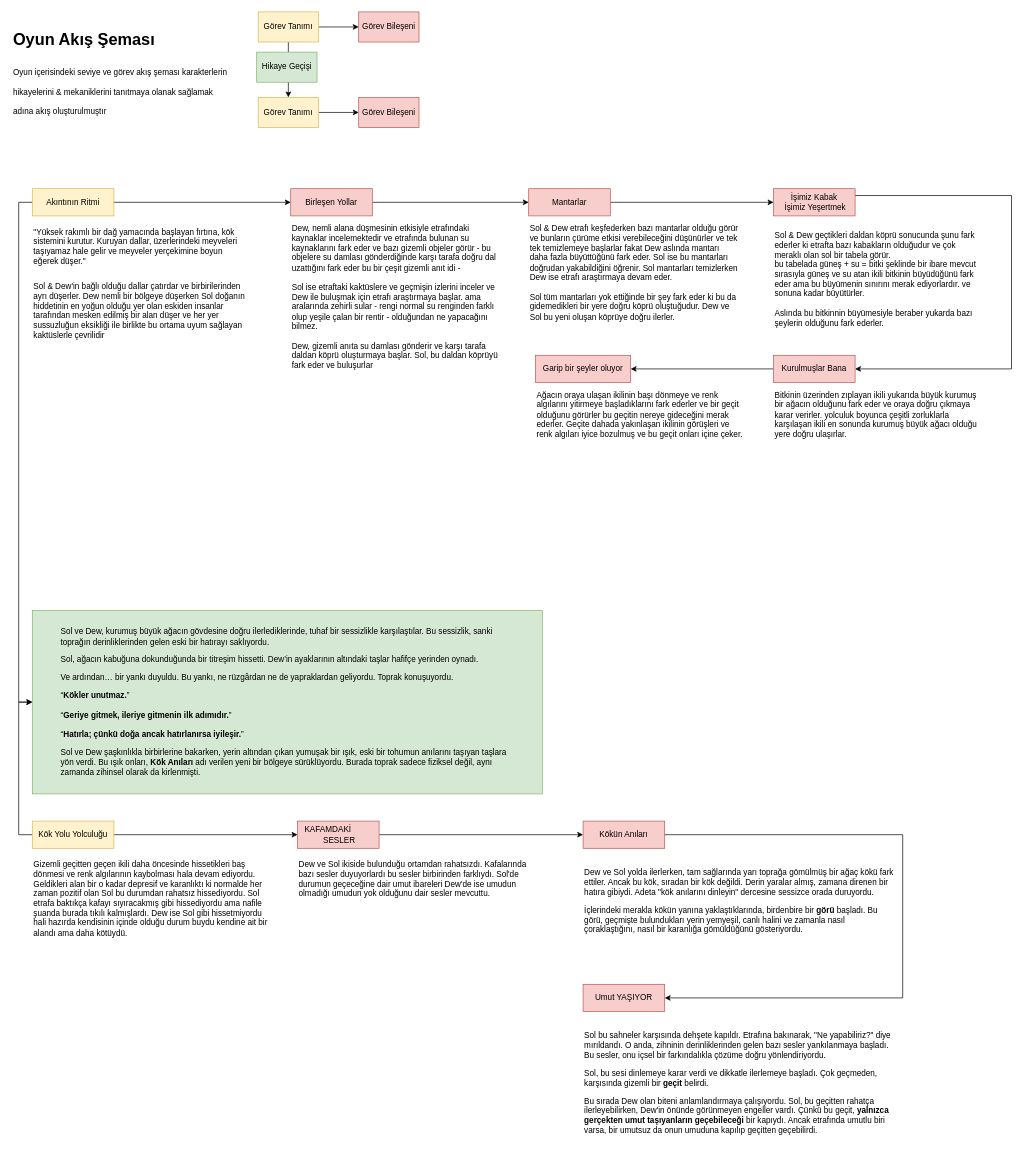
WinneRose/bootcampteam keeps this draw.io diagram as page "Yeni Hikaye Planlaması" (1 of 2) of documents/GDD/Diyagramlar/Oyun Akış.drawio. Above is the earlier version. Source tidied: cells renumbered, new cells numbered last; positions are measured from the earlier drawing's top-left corner, leaving out a move shared by most shapes. Both pictures are drawn from the tidied source at 68%, with x=0, y=0 at pixel (12, 12).
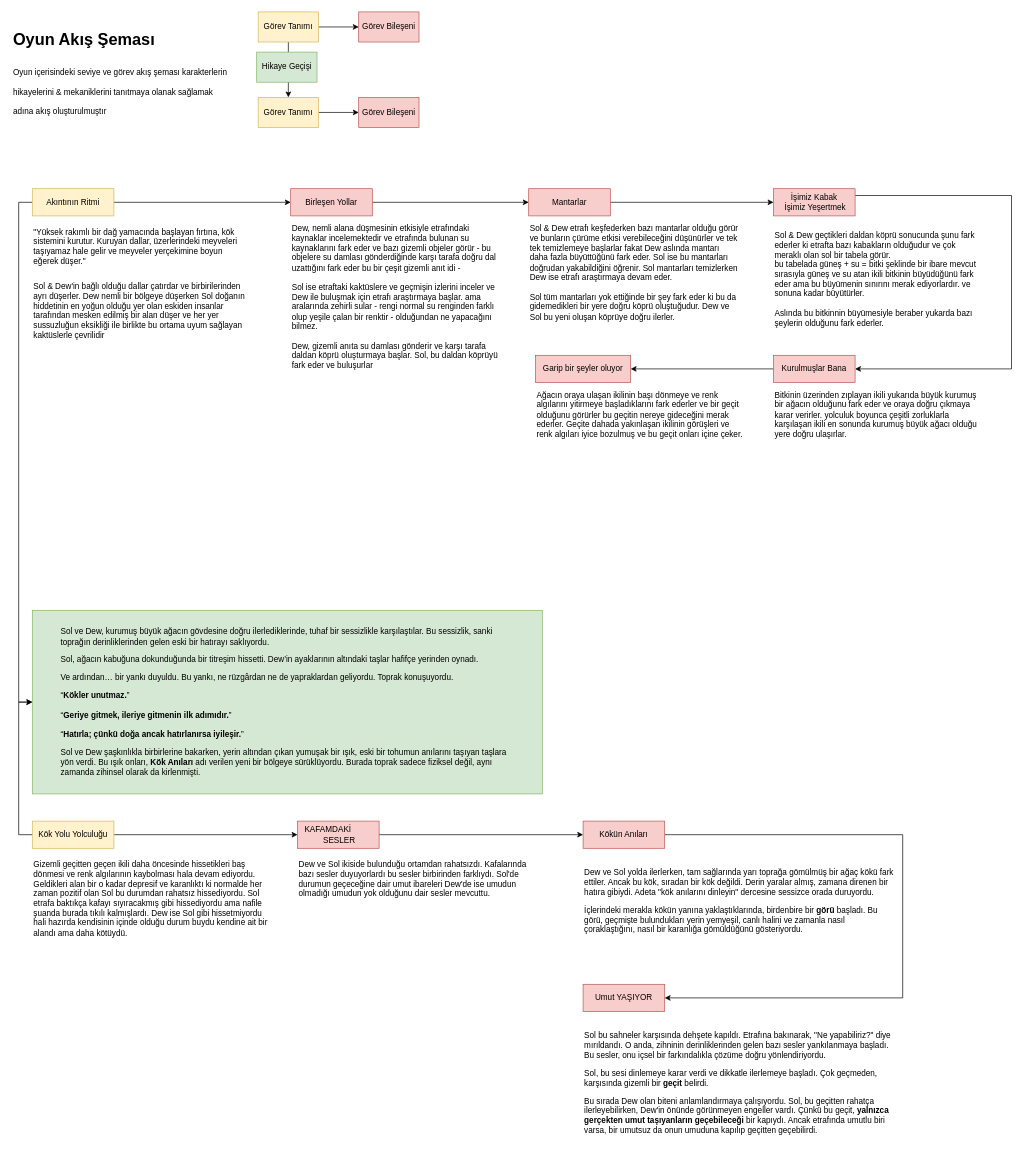
Above is the later version.

What changed in the source:
```diff
@@
-    <mxCell id="19" value="&lt;span style=&quot;color: rgb(0, 0, 0); font-family: Helvetica; font-size: 12px; font-style: normal; font-variant-ligatures: normal; font-variant-caps: normal; font-weight: 400; letter-spacing: normal; orphans: 2; text-align: left; text-indent: 0px; text-transform: none; widows: 2; word-spacing: 0px; -webkit-text-stroke-width: 0px; white-space: normal; text-decoration-thickness: initial; text-decoration-style: initial; text-decoration-color: initial; float: none; display: inline !important;&quot;&gt;Dew, nemli alana düşmesinin etkisiyle etrafındaki kaynaklar incelemektedir ve etrafında bulunan su kaynaklarını fark eder ve bazı gizemli objeler görür - bu objelere su damlası gönderdiğinde karşı tarafa doğru dal uzattığını fark eder bu bir çeşit gizemli anıt idi -&lt;/span&gt;&lt;div&gt;&lt;span style=&quot;color: rgb(0, 0, 0); font-family: Helvetica; font-size: 12px; font-style: normal; font-variant-ligatures: normal; font-variant-caps: normal; font-weight: 400; letter-spacing: normal; orphans: 2; text-align: left; text-indent: 0px; text-transform: none; widows: 2; word-spacing: 0px; -webkit-text-stroke-width: 0px; white-space: normal; text-decoration-thickness: initial; text-decoration-style: initial; text-decoration-color: initial; float: none; display: inline !important;&quot;&gt;&lt;br&gt;&lt;/span&gt;&lt;/div&gt;&lt;div&gt;&lt;span style=&quot;color: rgb(0, 0, 0); font-family: Helvetica; font-size: 12px; font-style: normal; font-variant-ligatures: normal; font-variant-caps: normal; font-weight: 400; letter-spacing: normal; orphans: 2; text-align: left; text-indent: 0px; text-transform: none; widows: 2; word-spacing: 0px; -webkit-text-stroke-width: 0px; white-space: normal; text-decoration-thickness: initial; text-decoration-style: initial; text-decoration-color: initial; float: none; display: inline !important;&quot;&gt;Sol ise etraftaki kaktüslere ve geçmişin izlerini inceler ve Dew ile buluşmak için etrafı araştırmaya başlar. ama aralarında zehirli sular - rengi normal su renginden farklı olup yeşile çalan bir rentir - olduğundan ne yapacağını bilmez.&lt;/span&gt;&lt;/div&gt;&lt;div&gt;&lt;span style=&quot;background-color: transparent; color: light-dark(rgb(0, 0, 0), rgb(255, 255, 255));&quot;&gt;&lt;br&gt;&lt;/span&gt;&lt;/div&gt;&lt;div&gt;&lt;span style=&quot;background-color: transparent; color: light-dark(rgb(0, 0, 0), rgb(255, 255, 255));&quot;&gt;Dew, gizemli anıta su damlası gönderir ve karşı tarafa daldan köprü oluşturmaya başlar. Sol, bu daldan köprüyü fark eder ve buluşurlar&lt;/span&gt;&lt;span style=&quot;background-color: transparent; color: light-dark(rgb(0, 0, 0), rgb(255, 255, 255));&quot;&gt;&amp;nbsp;&lt;/span&gt;&lt;/div&gt;" style="text;whiteSpace=wrap;html=1;fillColor=none;" parent="1" vertex="1">
+    <mxCell id="19" value="&lt;span style=&quot;color: rgb(0, 0, 0); font-family: Helvetica; font-size: 12px; font-style: normal; font-variant-ligatures: normal; font-variant-caps: normal; font-weight: 400; letter-spacing: normal; orphans: 2; text-align: left; text-indent: 0px; text-transform: none; widows: 2; word-spacing: 0px; -webkit-text-stroke-width: 0px; white-space: normal; text-decoration-thickness: initial; text-decoration-style: initial; text-decoration-color: initial; float: none; display: inline !important;&quot;&gt;Dew, nemli alana düşmesinin etkisiyle etrafındaki kaynaklar incelemektedir ve etrafında bulunan su kaynaklarını fark eder ve bazı gizemli objeler görür - bu objelere su damlası gönderdiğinde karşı tarafa doğru dal uzattığını fark eder bu bir çeşit gizemli anıt idi -&lt;/span&gt;&lt;div&gt;&lt;span style=&quot;color: rgb(0, 0, 0); font-family: Helvetica; font-size: 12px; font-style: normal; font-variant-ligatures: normal; font-variant-caps: normal; font-weight: 400; letter-spacing: normal; orphans: 2; text-align: left; text-indent: 0px; text-transform: none; widows: 2; word-spacing: 0px; -webkit-text-stroke-width: 0px; white-space: normal; text-decoration-thickness: initial; text-decoration-style: initial; text-decoration-color: initial; float: none; display: inline !important;&quot;&gt;&lt;br&gt;&lt;/span&gt;&lt;/div&gt;&lt;div&gt;&lt;span style=&quot;color: rgb(0, 0, 0); font-family: Helvetica; font-size: 12px; font-style: normal; font-variant-ligatures: normal; font-variant-caps: normal; font-weight: 400; letter-spacing: normal; orphans: 2; text-align: left; text-indent: 0px; text-transform: none; widows: 2; word-spacing: 0px; -webkit-text-stroke-width: 0px; white-space: normal; text-decoration-thickness: initial; text-decoration-style: initial; text-decoration-color: initial; float: none; display: inline !important;&quot;&gt;Sol ise etraftaki kaktüslere ve geçmişin izlerini inceler ve Dew ile buluşmak için etrafı araştırmaya başlar. ama aralarında zehirli sular - rengi normal su renginden farklı olup yeşile çalan bir renktir - olduğundan ne yapacağını bilmez.&lt;/span&gt;&lt;/div&gt;&lt;div&gt;&lt;span style=&quot;background-color: transparent; color: light-dark(rgb(0, 0, 0), rgb(255, 255, 255));&quot;&gt;&lt;br&gt;&lt;/span&gt;&lt;/div&gt;&lt;div&gt;&lt;span style=&quot;background-color: transparent; color: light-dark(rgb(0, 0, 0), rgb(255, 255, 255));&quot;&gt;Dew, gizemli anıta su damlası gönderir ve karşı tarafa daldan köprü oluşturmaya başlar. Sol, bu daldan köprüyü fark eder ve buluşurlar&lt;/span&gt;&lt;span style=&quot;background-color: transparent; color: light-dark(rgb(0, 0, 0), rgb(255, 255, 255));&quot;&gt;&amp;nbsp;&lt;/span&gt;&lt;/div&gt;" style="text;whiteSpace=wrap;html=1;fillColor=none;" parent="1" vertex="1">
       <mxGeometry x="410" y="305" width="310" height="225" as="geometry" />
     </mxCell>
```
